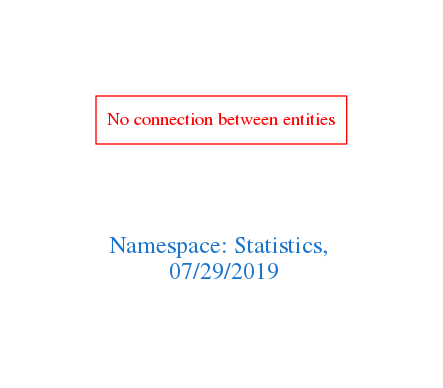
Above: downloads/Statistics.png in arago/OGIT (Graphviz), before the change. Its source is kept beside it as downloads/Statistics.dot.
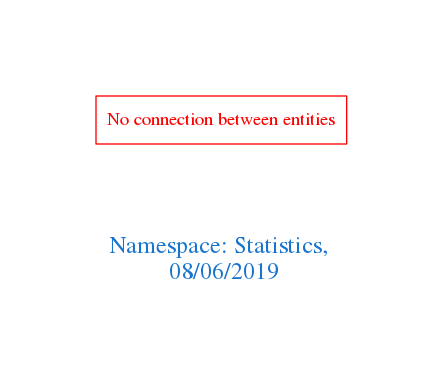
Later version of the same file.

The edit, as a diff of the source:
```diff
@@ -1,7 +1,7 @@
 digraph OGIT_ontology {
  graph [ rankdir= LR,pad=1
 fontsize = 18,
-fontcolor= dodgerblue3,label = "\n\n\nNamespace: Statistics, \n 07/29/2019"];
+fontcolor= dodgerblue3,label = "\n\n\nNamespace: Statistics, \n 08/06/2019"];
 node[shape=polygon];
 edge [  color="gray81"];
 
```
